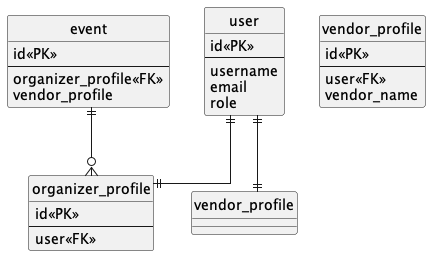
Above: docs/ER.png in biki-cloud/event-matching-service (PlantUML), before the change.
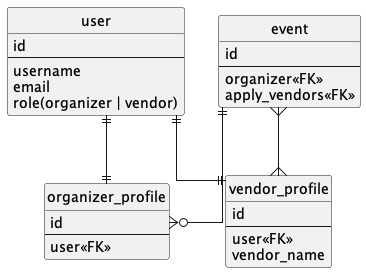
The same diagram one commit later.

Diff of the diagram source:
```diff
@@ -4,35 +4,36 @@
 skinparam linetype ortho
 
 entity "user" as user {
-  id<<PK>>
+  id
   --
   username
   email
-  role
+  role(organizer | vendor)
 }
 
 entity "organizer_profile" as organizer_profile {
-  id<<PK>>
+  id
   --
   user<<FK>>
 }
 
-entity "vendor_profile" as vender_profile {
-  id<<PK>>
+entity "vendor_profile" as vendor_profile {
+  id
   --
   user<<FK>>
   vendor_name
 }
 
 entity "event" as event {
-  id<<PK>>
+  id
   --
-  organizer_profile<<FK>>
-  vendor_profile
+  organizer<<FK>>
+  apply_vendors<<FK>>
 }
 
 user ||--|| organizer_profile
 user ||--|| vendor_profile
 event ||--o{ organizer_profile
+event }--{ vendor_profile
 
 @enduml
```
